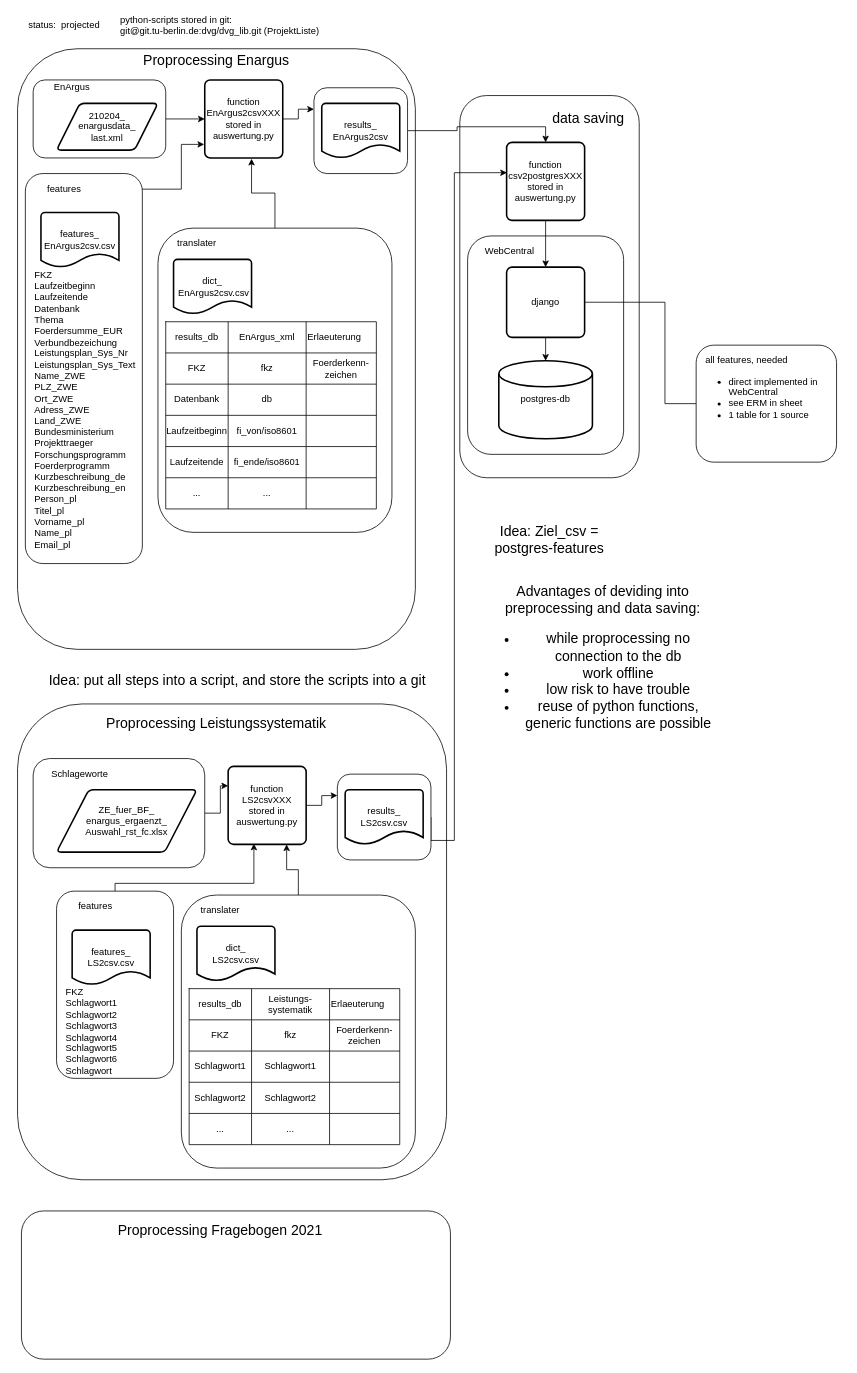
The draw.io diagram page "postgreSQL_projected" (2 of 4) of 02_work_doc/01_daten/sources2db.drawio in TUB-DVG/wissen-digital-ewb, before the edit. Source tidied: cells renumbered, new cells numbered last; positions are measured from the earlier drawing's top-left corner, leaving out a move shared by most shapes. Both pictures are drawn from the tidied source at 78%, with x=0, y=0 at pixel (15, 13).
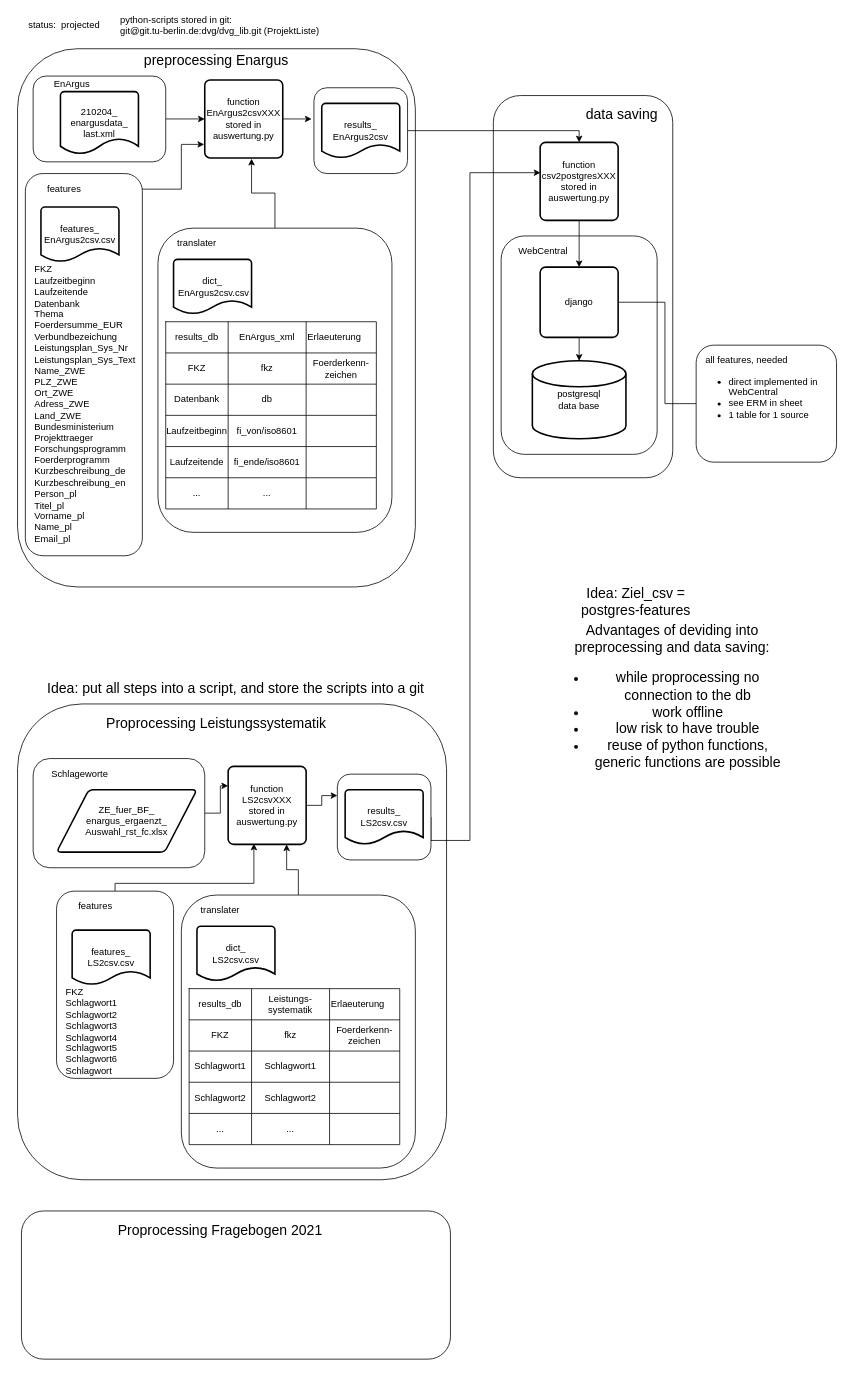
After the change.

The change refers to these unchanged cells:
```xml
<mxCell id="49" value="function EnArgus2csvXXX&lt;br&gt;stored in auswertung.py" style="rounded=1;whiteSpace=wrap;html=1;absoluteArcSize=1;arcSize=14;strokeWidth=2;" parent="1" vertex="1">
  <mxGeometry x="243" y="85" width="100" height="100" as="geometry" />
</mxCell>
<mxCell id="57" style="rounded=1;whiteSpace=wrap;html=1;" parent="1" vertex="1">
  <mxGeometry x="383" y="95" width="120" height="110" as="geometry" />
</mxCell>
<mxCell id="68" style="rounded=1;whiteSpace=wrap;html=1;" parent="1" vertex="1">
  <mxGeometry x="413" y="975" width="120" height="110" as="geometry" />
</mxCell>
```

What changed in the source:
```diff
@@
     <mxCell id="3" style="rounded=1;whiteSpace=wrap;html=1;" parent="1" vertex="1">
-      <mxGeometry x="570" y="105" width="230" height="490" as="geometry" />
+      <mxGeometry x="613" y="105" width="230" height="490" as="geometry" />
     </mxCell>
     <mxCell id="4" style="rounded=1;whiteSpace=wrap;html=1;" parent="1" vertex="1">
-      <mxGeometry x="3" y="45" width="510" height="770" as="geometry" />
+      <mxGeometry x="3" y="45" width="510" height="690" as="geometry" />
     </mxCell>
     <mxCell id="5" style="rounded=1;whiteSpace=wrap;html=1;" parent="1" vertex="1">
-      <mxGeometry x="580" y="285" width="200" height="280" as="geometry" />
+      <mxGeometry x="623" y="285" width="200" height="280" as="geometry" />
     </mxCell>
-    <mxCell id="6" value="postgres-db" style="strokeWidth=2;html=1;shape=mxgraph.flowchart.database;whiteSpace=wrap;" parent="1" vertex="1">
-      <mxGeometry x="620" y="445" width="120" height="100" as="geometry" />
+    <mxCell id="6" value="postgresql&lt;br&gt;data base" style="strokeWidth=2;html=1;shape=mxgraph.flowchart.database;whiteSpace=wrap;" parent="1" vertex="1">
+      <mxGeometry x="663" y="445" width="120" height="100" as="geometry" />
     </mxCell>
@@
     <mxCell id="42" value="django" style="rounded=1;whiteSpace=wrap;html=1;absoluteArcSize=1;arcSize=14;strokeWidth=2;" parent="1" vertex="1">
-      <mxGeometry x="630" y="325" width="100" height="90" as="geometry" />
+      <mxGeometry x="673" y="325" width="100" height="90" as="geometry" />
     </mxCell>
     <mxCell id="43" value="WebCentral" style="text;html=1;strokeColor=none;fillColor=none;align=center;verticalAlign=middle;whiteSpace=wrap;rounded=0;" parent="1" vertex="1">
-      <mxGeometry x="604" y="295" width="60" height="20" as="geometry" />
+      <mxGeometry x="647" y="295" width="60" height="20" as="geometry" />
     </mxCell>
@@
     <mxCell id="45" style="rounded=1;whiteSpace=wrap;html=1;" parent="1" vertex="1">
-      <mxGeometry x="23" y="85" width="170" height="100" as="geometry" />
+      <mxGeometry x="23" y="80" width="170" height="110" as="geometry" />
     </mxCell>
-    <mxCell id="46" value="210204_ &lt;br&gt;enargusdata_&lt;br&gt;last.xml" style="shape=parallelogram;html=1;strokeWidth=2;perimeter=parallelogramPerimeter;whiteSpace=wrap;rounded=1;arcSize=12;size=0.23;" parent="1" vertex="1">
-      <mxGeometry x="53" y="115" width="130" height="60" as="geometry" />
-    </mxCell>
     <mxCell id="47" value="EnArgus" style="text;html=1;strokeColor=none;fillColor=none;align=center;verticalAlign=middle;whiteSpace=wrap;rounded=0;" parent="1" vertex="1">
-      <mxGeometry x="33" y="85" width="80" height="20" as="geometry" />
+      <mxGeometry x="33" y="80" width="80" height="20" as="geometry" />
     </mxCell>
-    <mxCell id="48" style="edgeStyle=orthogonalEdgeStyle;rounded=0;jettySize=auto;html=1;exitX=1;exitY=0.5;exitDx=0;exitDy=0;entryX=0;entryY=0.25;entryDx=0;entryDy=0;endArrow=classic;endFill=1;" parent="1" edge="1" source="49" target="57">
+    <mxCell id="48" style="edgeStyle=orthogonalEdgeStyle;rounded=0;jettySize=auto;html=1;exitX=1;exitY=0.5;exitDx=0;exitDy=0;entryX=-0.025;entryY=0.364;entryDx=0;entryDy=0;endArrow=classic;endFill=1;entryPerimeter=0;" parent="1" edge="1" source="49" target="57">
       <mxGeometry relative="1" as="geometry" />
     </mxCell>
@@
     <mxCell id="52" style="rounded=1;whiteSpace=wrap;html=1;" parent="1" vertex="1">
-      <mxGeometry x="13" y="205" width="150" height="500" as="geometry" />
+      <mxGeometry x="13" y="205" width="150" height="490" as="geometry" />
     </mxCell>
     <mxCell id="53" value="&lt;div&gt;FKZ&lt;/div&gt;&lt;div&gt;Laufzeitbeginn&lt;/div&gt;&lt;div&gt;Laufzeitende&lt;/div&gt;&lt;div&gt;Datenbank&lt;/div&gt;&lt;div&gt;Thema&lt;/div&gt;&lt;div&gt;Foerdersumme_EUR&lt;/div&gt;&lt;div&gt;Verbundbezeichung&lt;/div&gt;&lt;div&gt;Leistungsplan_Sys_Nr&lt;/div&gt;&lt;div&gt;Leistungsplan_Sys_Text&lt;/div&gt;&lt;div&gt;Name_ZWE&lt;/div&gt;&lt;div&gt;PLZ_ZWE&lt;/div&gt;&lt;div&gt;Ort_ZWE&lt;/div&gt;&lt;div&gt;Adress_ZWE&lt;/div&gt;&lt;div&gt;Land_ZWE&lt;/div&gt;&lt;div&gt;Bundesministerium&lt;/div&gt;&lt;div&gt;Projekttraeger&lt;/div&gt;&lt;div&gt;Forschungsprogramm&lt;/div&gt;&lt;div&gt;Foerderprogramm&lt;/div&gt;&lt;div&gt;Kurzbeschreibung_de&lt;/div&gt;&lt;div&gt;Kurzbeschreibung_en&lt;/div&gt;&lt;div&gt;Person_pl&lt;/div&gt;&lt;div&gt;Titel_pl&lt;/div&gt;&lt;div&gt;Vorname_pl&lt;/div&gt;&lt;div&gt;Name_pl&lt;/div&gt;&lt;div&gt;Email_pl&lt;/div&gt;&lt;div&gt;&lt;br&gt;&lt;/div&gt;" style="text;html=1;strokeColor=none;fillColor=none;align=left;verticalAlign=middle;whiteSpace=wrap;rounded=0;" parent="1" vertex="1">
-      <mxGeometry x="23" y="325" width="140" height="380" as="geometry" />
+      <mxGeometry x="23" y="318" width="140" height="380" as="geometry" />
     </mxCell>
@@
     <mxCell id="55" value="&lt;span&gt;features_ EnArgus2csv.csv&lt;/span&gt;" style="strokeWidth=2;html=1;shape=mxgraph.flowchart.document2;whiteSpace=wrap;size=0.25;" parent="1" vertex="1">
-      <mxGeometry x="33" y="255" width="100" height="70" as="geometry" />
+      <mxGeometry x="33" y="248" width="100" height="70" as="geometry" />
     </mxCell>
     <mxCell id="56" style="edgeStyle=orthogonalEdgeStyle;rounded=0;jettySize=auto;html=1;exitX=1;exitY=0.5;exitDx=0;exitDy=0;entryX=0.5;entryY=0;entryDx=0;entryDy=0;endArrow=classic;endFill=1;" parent="1" edge="1" source="57" target="62">
-      <mxGeometry relative="1" as="geometry" />
+      <mxGeometry relative="1" as="geometry">
+        <Array as="points">
+          <mxPoint x="723" y="150" />
+        </Array>
+      </mxGeometry>
     </mxCell>
@@
     <mxCell id="59" value="&lt;font style=&quot;font-size: 18px&quot;&gt;Idea: put all steps into a script, and store the scripts into a git&lt;/font&gt;" style="text;html=1;strokeColor=none;fillColor=none;align=center;verticalAlign=middle;whiteSpace=wrap;rounded=0;" parent="1" vertex="1">
-      <mxGeometry y="845" width="570" height="20" as="geometry" />
+      <mxGeometry x="-2" y="855" width="570" height="20" as="geometry" />
     </mxCell>
-    <mxCell id="60" value="&lt;font style=&quot;font-size: 18px&quot;&gt;Proprocessing Enargus&lt;/font&gt;" style="text;html=1;strokeColor=none;fillColor=none;align=center;verticalAlign=middle;whiteSpace=wrap;rounded=0;" parent="1" vertex="1">
+    <mxCell id="60" value="&lt;font style=&quot;font-size: 18px&quot;&gt;preprocessing Enargus&lt;/font&gt;" style="text;html=1;strokeColor=none;fillColor=none;align=center;verticalAlign=middle;whiteSpace=wrap;rounded=0;" parent="1" vertex="1">
       <mxGeometry x="153" y="35" width="210" height="50" as="geometry" />
     </mxCell>
@@
     <mxCell id="62" value="function csv2postgresXXX&lt;br&gt;stored in auswertung.py" style="rounded=1;whiteSpace=wrap;html=1;absoluteArcSize=1;arcSize=14;strokeWidth=2;" parent="1" vertex="1">
-      <mxGeometry x="630" y="165" width="100" height="100" as="geometry" />
+      <mxGeometry x="673" y="165" width="100" height="100" as="geometry" />
     </mxCell>
     <mxCell id="63" value="&lt;font style=&quot;font-size: 18px&quot;&gt;data saving&lt;/font&gt;" style="text;html=1;strokeColor=none;fillColor=none;align=center;verticalAlign=middle;whiteSpace=wrap;rounded=0;" parent="1" vertex="1">
-      <mxGeometry x="660" y="110" width="150" height="50" as="geometry" />
+      <mxGeometry x="703" y="105" width="150" height="50" as="geometry" />
     </mxCell>
@@
     <mxCell id="67" style="edgeStyle=orthogonalEdgeStyle;rounded=0;jettySize=auto;html=1;exitX=1;exitY=0.5;exitDx=0;exitDy=0;entryX=0.004;entryY=0.389;entryDx=0;entryDy=0;entryPerimeter=0;endArrow=classic;endFill=1;" parent="1" edge="1" source="68" target="62">
       <mxGeometry relative="1" as="geometry">
         <Array as="points">
-          <mxPoint x="563" y="1060" />
-          <mxPoint x="563" y="204" />
+          <mxPoint x="533" y="1060" />
+          <mxPoint x="583" y="1060" />
+          <mxPoint x="583" y="204" />
         </Array>
       </mxGeometry>
     </mxCell>
@@
     <mxCell id="100" value="&lt;font style=&quot;font-size: 18px&quot;&gt;Idea: Ziel_csv = postgres-features&lt;/font&gt;" style="text;html=1;strokeColor=none;fillColor=none;align=center;verticalAlign=middle;whiteSpace=wrap;rounded=0;" parent="1" vertex="1">
-      <mxGeometry x="592" y="615" width="186" height="120" as="geometry" />
+      <mxGeometry x="703" y="695" width="186" height="120" as="geometry" />
     </mxCell>
@@
     <mxCell id="107" value="&lt;span style=&quot;font-size: 18px&quot;&gt;Advantages of deviding into preprocessing and data saving: &lt;br&gt;&lt;ul&gt;&lt;li&gt;&lt;span style=&quot;font-size: 18px&quot;&gt;while proprocessing no connection to the db&lt;/span&gt;&lt;/li&gt;&lt;li&gt;&lt;span style=&quot;font-size: 18px&quot;&gt;work offline&lt;/span&gt;&lt;/li&gt;&lt;li&gt;low risk to have trouble&lt;/li&gt;&lt;li&gt;reuse of python functions, generic functions are possible&lt;/li&gt;&lt;/ul&gt;&lt;/span&gt;" style="text;html=1;strokeColor=none;fillColor=none;align=center;verticalAlign=middle;whiteSpace=wrap;rounded=0;" parent="1" vertex="1">
-      <mxGeometry x="604" y="725" width="299" height="220" as="geometry" />
+      <mxGeometry x="693" y="775" width="299" height="220" as="geometry" />
     </mxCell>
+    <mxCell id="46" value="210204_&lt;br&gt;enargusdata_&lt;br&gt;last.xml" style="strokeWidth=2;html=1;shape=mxgraph.flowchart.document2;whiteSpace=wrap;size=0.25;" parent="1" vertex="1">
+      <mxGeometry x="58" y="100" width="100" height="80" as="geometry" />
+    </mxCell>
```
